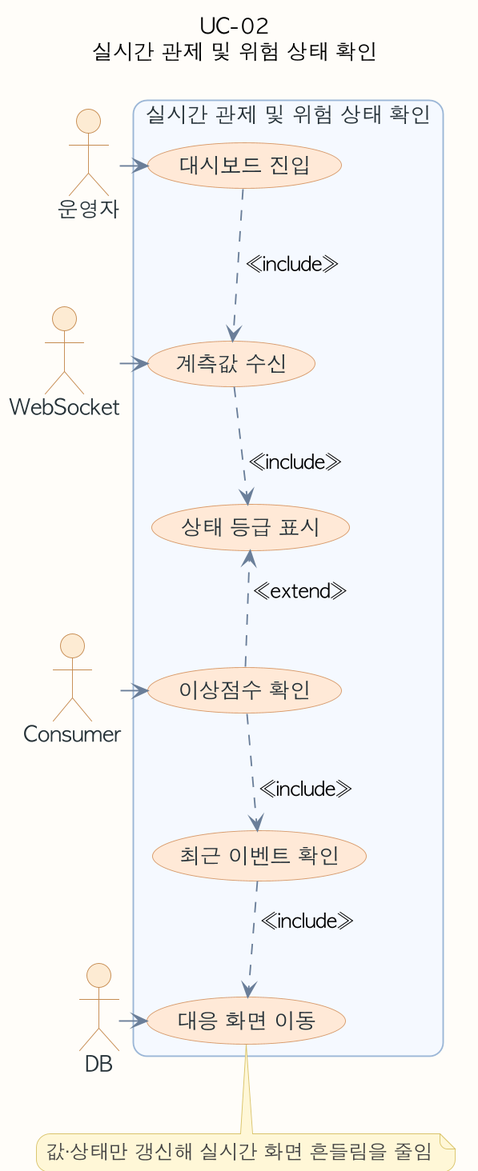
This is assets/diagrams/usecase/uc-02-usecase.png from ricky30825-creator/BMS, a PlantUML export, as it was before one commit. Its source is kept beside it as assets/diagrams/usecase/uc-02-usecase.puml.
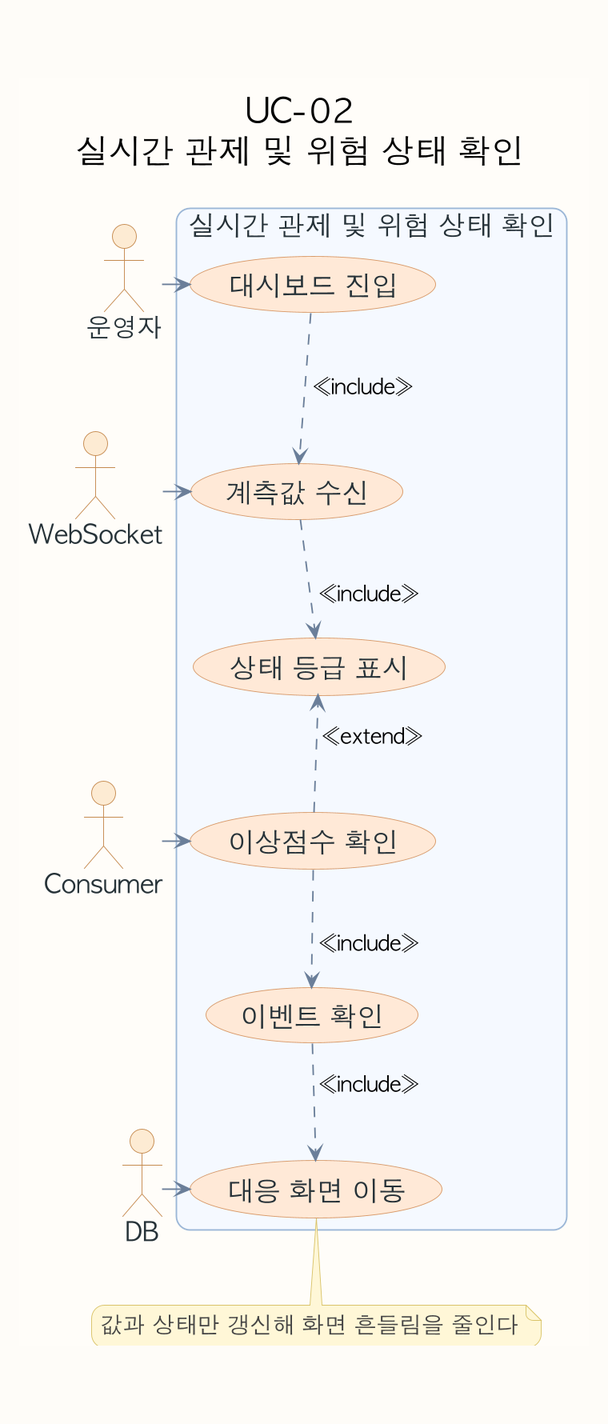
Later version of the same file.

Diff of the diagram source:
```diff
@@ -4,6 +4,12 @@
 skinparam shadowing false
 skinparam dpi 180
 skinparam defaultFontName "AppleGothic"
+skinparam defaultFontSize 18
+skinparam TitleFontSize 22
+skinparam ActorFontSize 17
+skinparam UsecaseFontSize 18
+skinparam NoteFontSize 15
+skinparam ArrowFontSize 14
 skinparam roundcorner 18
 skinparam usecase {
   BackgroundColor #F8FAFC
@@ -41,7 +47,7 @@
   usecase "계측값 수신" as U2
   usecase "상태 등급 표시" as U3
   usecase "이상점수 확인" as U4
-  usecase "최근 이벤트 확인" as U5
+  usecase "이벤트 확인" as U5
   usecase "대응 화면 이동" as U6
 }
 U1 -[hidden]down- U2
@@ -59,6 +65,6 @@
 U4 ..> U5 : <<include>>
 U5 ..> U6 : <<include>>
 note bottom of U6
-값·상태만 갱신해 실시간 화면 흔들림을 줄임
+값과 상태만 갱신해 화면 흔들림을 줄인다
 end note
 @enduml
```
